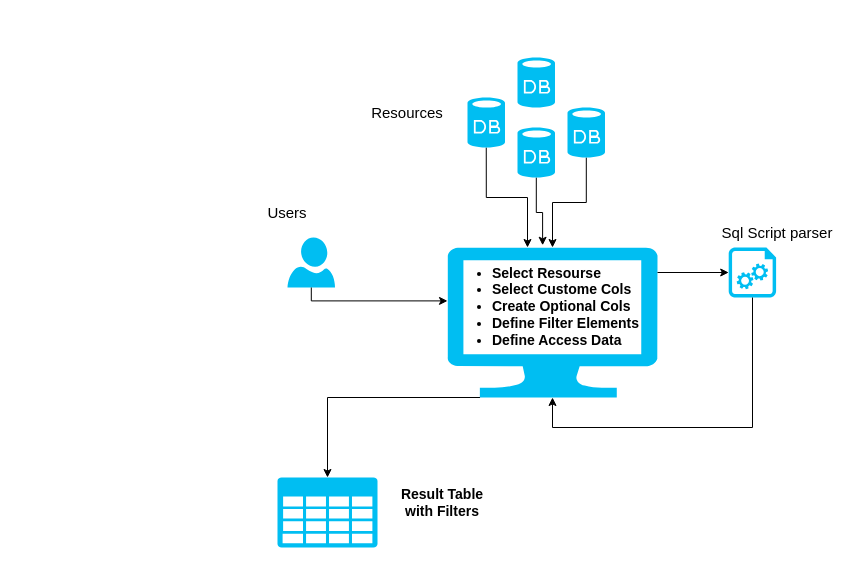
Before: Untitled Diagram.drawio in lahooooot/swot, a draw.io diagram. Source tidied: cells renumbered, new cells numbered last; positions are measured from the earlier drawing's top-left corner, leaving out a move shared by most shapes. Both pictures are drawn from the tidied source at 100%, with x=0, y=0 at pixel (257, 57).
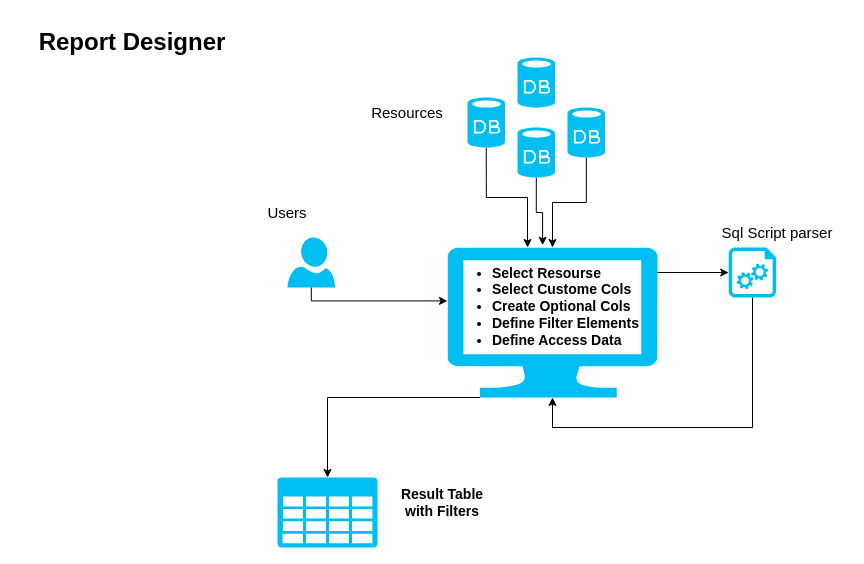
Above is the later version.

What changed in the source:
```diff
@@
+    <mxCell id="22" value="Report Designer" style="text;html=1;align=center;verticalAlign=middle;whiteSpace=wrap;rounded=0;fontSize=24;fontStyle=1;" parent="1" vertex="1">
+      <mxGeometry x="-240" y="-40" width="230" height="50" as="geometry" />
+    </mxCell>
```
